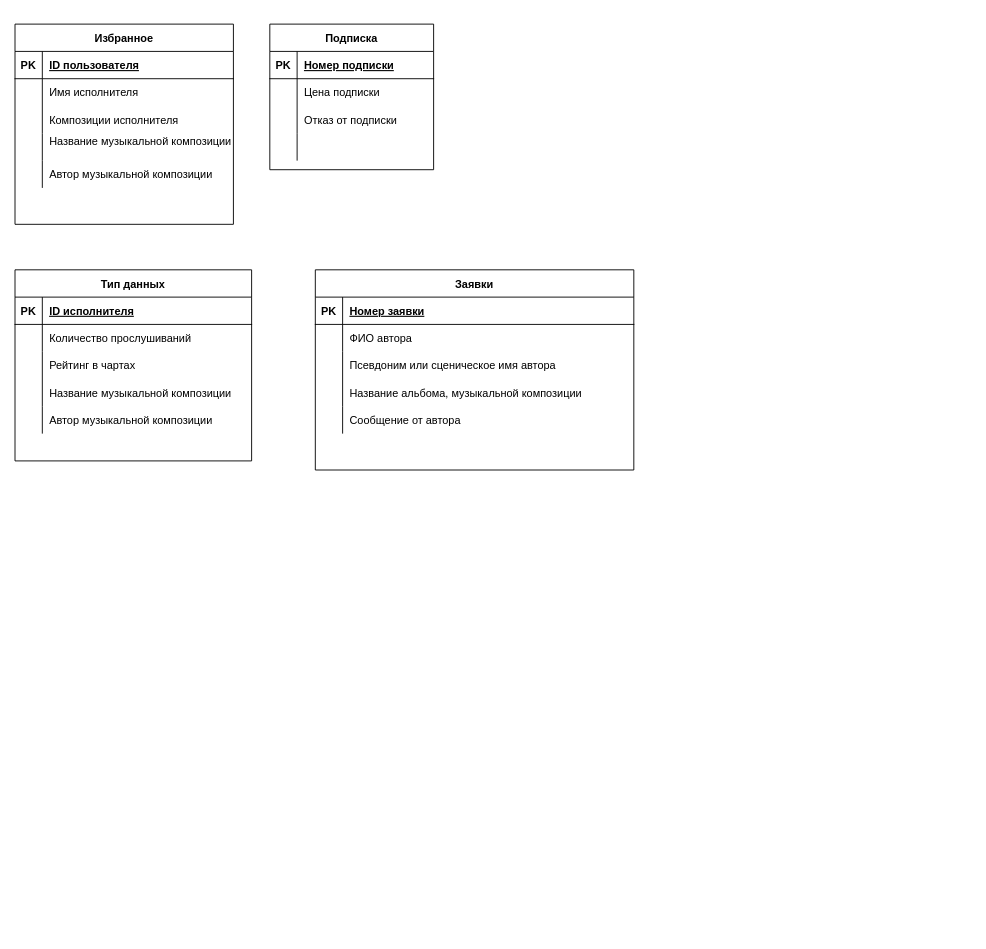
Arina-Skildeeva/Description- keeps this draw.io diagram as ER_MusicLibrary.drawio. Above is the earlier version. Source tidied: cells renumbered, new cells numbered last; positions are measured from the earlier drawing's top-left corner, leaving out a move shared by most shapes. Both pictures are drawn from the tidied source at 91%, with x=0, y=0 at pixel (15, 24).
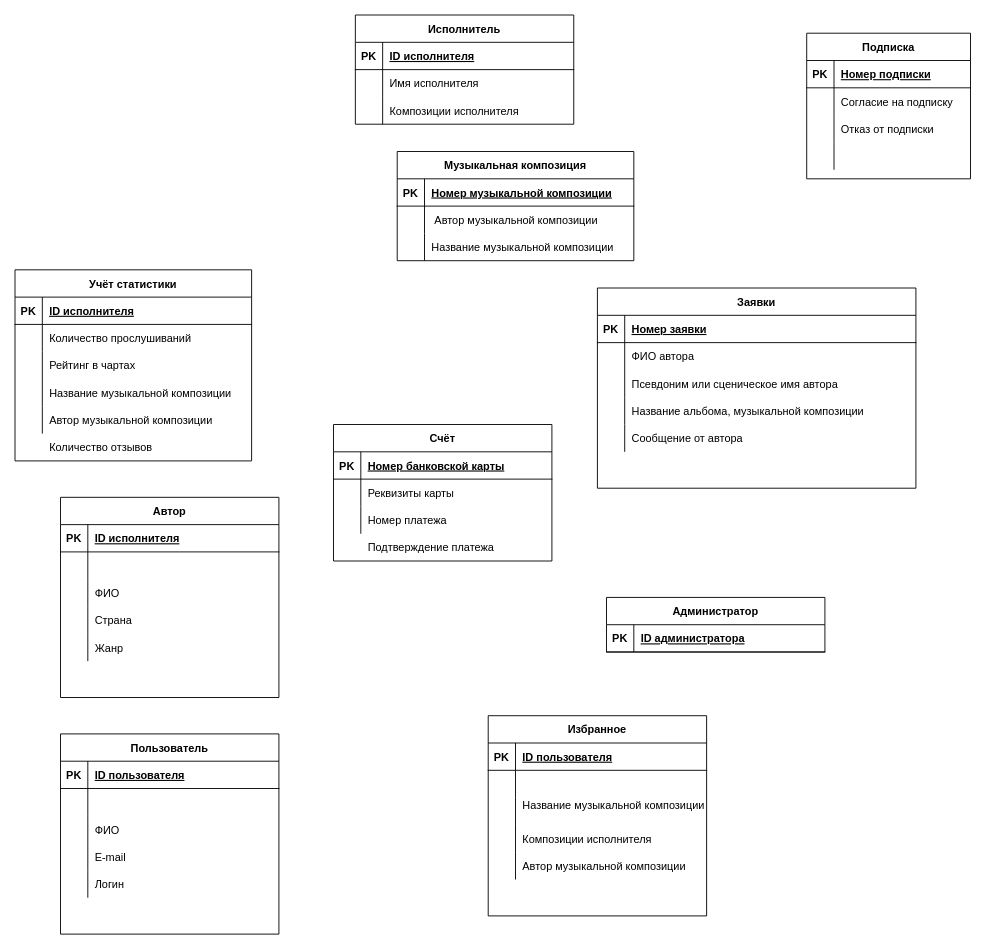
Above is the later version.

The change refers to these unchanged cells:
```xml
<mxCell id="6" style="shape=partialRectangle;fillColor=none;top=0;left=0;bottom=0;right=0;" parent="2" vertex="1">
  <mxGeometry y="60" width="180" height="30" as="geometry" />
</mxCell>
<mxCell id="19" style="shape=partialRectangle;fillColor=none;top=0;left=0;bottom=0;right=0;" parent="15" vertex="1">
  <mxGeometry y="60" width="240" height="30" as="geometry" />
</mxCell>
```

The edit, as a diff of the source:
```diff
@@
     <mxCell id="2" value="Подписка" style="shape=table;startSize=30;childLayout=tableLayout;rowLines=0;fontStyle=1;align=center;" parent="1" vertex="1">
-      <mxGeometry x="280" width="180" height="160" as="geometry" />
+      <mxGeometry x="870" y="10" width="180" height="160" as="geometry" />
     </mxCell>
@@
-    <mxCell id="8" value="Цена подписки" style="shape=partialRectangle;fillColor=none;top=0;left=0;bottom=0;right=0;align=left;spacingLeft=6;overflow=hidden;" parent="6" vertex="1">
+    <mxCell id="8" value="Согласие на подписку" style="shape=partialRectangle;fillColor=none;top=0;left=0;bottom=0;right=0;align=left;spacingLeft=6;overflow=hidden;" parent="6" vertex="1">
       <mxGeometry x="30" width="150" height="30" as="geometry" />
     </mxCell>
@@
     <mxCell id="15" value="Избранное" style="shape=table;startSize=30;childLayout=tableLayout;rowLines=0;fontStyle=1;align=center;" parent="1" vertex="1">
-      <mxGeometry width="240" height="220" as="geometry" />
+      <mxGeometry x="520" y="760" width="240" height="220" as="geometry" />
     </mxCell>
@@
-    <mxCell id="21" value="Имя исполнителя" style="shape=partialRectangle;fillColor=none;top=0;left=0;bottom=0;right=0;align=left;spacingLeft=6;overflow=hidden;" parent="19" vertex="1">
+    <mxCell id="21" style="shape=partialRectangle;fillColor=none;top=0;left=0;bottom=0;right=0;align=left;spacingLeft=6;overflow=hidden;" parent="19" vertex="1">
       <mxGeometry x="30" width="210" height="30" as="geometry" />
     </mxCell>
+    <mxCell id="25" style="shape=partialRectangle;fillColor=none;top=0;left=0;bottom=0;right=0;" parent="15" vertex="1">
+      <mxGeometry y="90" width="240" height="30" as="geometry" />
+    </mxCell>
+    <mxCell id="26" style="shape=partialRectangle;fillColor=none;top=0;left=0;bottom=0;right=0;overflow=hidden;" parent="25" vertex="1">
+      <mxGeometry width="30" height="30" as="geometry" />
+    </mxCell>
+    <mxCell id="27" value="Название музыкальной композиции&#10;" style="shape=partialRectangle;fillColor=none;top=0;left=0;bottom=0;right=0;align=left;spacingLeft=6;overflow=hidden;" parent="25" vertex="1">
+      <mxGeometry x="30" width="210" height="30" as="geometry" />
+    </mxCell>
     <mxCell id="22" style="shape=partialRectangle;fillColor=none;top=0;left=0;bottom=0;right=0;" parent="15" vertex="1">
-      <mxGeometry y="90" width="240" height="30" as="geometry" />
+      <mxGeometry y="120" width="240" height="30" as="geometry" />
     </mxCell>
@@
-    <mxCell id="25" style="shape=partialRectangle;fillColor=none;top=0;left=0;bottom=0;right=0;" parent="15" vertex="1">
-      <mxGeometry y="120" width="240" height="30" as="geometry" />
-    </mxCell>
-    <mxCell id="26" style="shape=partialRectangle;fillColor=none;top=0;left=0;bottom=0;right=0;overflow=hidden;" parent="25" vertex="1">
-      <mxGeometry width="30" height="30" as="geometry" />
-    </mxCell>
-    <mxCell id="27" value="Название музыкальной композиции&#10;" style="shape=partialRectangle;fillColor=none;top=0;left=0;bottom=0;right=0;align=left;spacingLeft=6;overflow=hidden;" parent="25" vertex="1">
-      <mxGeometry x="30" width="210" height="30" as="geometry" />
-    </mxCell>
@@
-    <mxCell id="31" value="Тип данных" style="shape=table;startSize=30;childLayout=tableLayout;rowLines=0;fontStyle=1;align=center;" parent="1" vertex="1">
+    <mxCell id="31" value="Учёт статистики" style="shape=table;startSize=30;childLayout=tableLayout;rowLines=0;fontStyle=1;align=center;" parent="1" vertex="1">
       <mxGeometry y="270" width="260" height="210" as="geometry" />
     </mxCell>
@@
     <mxCell id="47" value="Заявки" style="shape=table;startSize=30;childLayout=tableLayout;rowLines=0;fontStyle=1;align=center;" parent="1" vertex="1">
-      <mxGeometry x="330" y="270" width="350" height="220" as="geometry" />
+      <mxGeometry x="640" y="290" width="350" height="220" as="geometry" />
     </mxCell>
@@
+    <mxCell id="63" style="shape=partialRectangle;fillColor=none;top=0;left=0;bottom=0;right=0;" parent="1" vertex="1">
+      <mxGeometry y="450" width="260" height="30" as="geometry" />
+    </mxCell>
+    <mxCell id="64" style="shape=partialRectangle;fillColor=none;top=0;left=0;bottom=0;right=0;overflow=hidden;" parent="63" vertex="1">
+      <mxGeometry width="30" height="30" as="geometry" />
+    </mxCell>
+    <mxCell id="65" value="Количество отзывов" style="shape=partialRectangle;fillColor=none;top=0;left=0;bottom=0;right=0;align=left;spacingLeft=6;overflow=hidden;" parent="63" vertex="1">
+      <mxGeometry x="30" width="230" height="30" as="geometry" />
+    </mxCell>
+    <mxCell id="66" value="Исполнитель" style="shape=table;startSize=30;childLayout=tableLayout;rowLines=0;fontStyle=1;align=center;" parent="1" vertex="1">
+      <mxGeometry x="374" y="-10" width="240" height="120" as="geometry" />
+    </mxCell>
+    <mxCell id="67" style="shape=partialRectangle;fillColor=none;top=0;left=0;bottom=1;right=0;" parent="66" vertex="1">
+      <mxGeometry y="30" width="240" height="30" as="geometry" />
+    </mxCell>
+    <mxCell id="68" value="PK" style="shape=partialRectangle;fillColor=none;top=0;left=0;bottom=0;right=0;fontStyle=1;overflow=hidden;" parent="67" vertex="1">
+      <mxGeometry width="30" height="30" as="geometry" />
+    </mxCell>
+    <mxCell id="69" value="ID исполнителя" style="shape=partialRectangle;fillColor=none;top=0;left=0;bottom=0;right=0;align=left;spacingLeft=6;fontStyle=5;overflow=hidden;" parent="67" vertex="1">
+      <mxGeometry x="30" width="210" height="30" as="geometry" />
+    </mxCell>
+    <mxCell id="70" style="shape=partialRectangle;fillColor=none;top=0;left=0;bottom=0;right=0;" parent="66" vertex="1">
+      <mxGeometry y="60" width="240" height="30" as="geometry" />
+    </mxCell>
+    <mxCell id="71" style="shape=partialRectangle;fillColor=none;top=0;left=0;bottom=0;right=0;overflow=hidden;" parent="70" vertex="1">
+      <mxGeometry width="30" height="30" as="geometry" />
+    </mxCell>
+    <mxCell id="72" value="Имя исполнителя" style="shape=partialRectangle;fillColor=none;top=0;left=0;bottom=0;right=0;align=left;spacingLeft=6;overflow=hidden;" parent="70" vertex="1">
+      <mxGeometry x="30" width="210" height="30" as="geometry" />
+    </mxCell>
+    <mxCell id="73" style="shape=partialRectangle;fillColor=none;top=0;left=0;bottom=0;right=0;" parent="66" vertex="1">
+      <mxGeometry y="90" width="240" height="30" as="geometry" />
+    </mxCell>
+    <mxCell id="74" style="shape=partialRectangle;fillColor=none;top=0;left=0;bottom=0;right=0;overflow=hidden;" parent="73" vertex="1">
+      <mxGeometry width="30" height="30" as="geometry" />
+    </mxCell>
+    <mxCell id="75" value="Композиции исполнителя" style="shape=partialRectangle;fillColor=none;top=0;left=0;bottom=0;right=0;align=left;spacingLeft=6;overflow=hidden;" parent="73" vertex="1">
+      <mxGeometry x="30" width="210" height="30" as="geometry" />
+    </mxCell>
+    <mxCell id="76" value="Музыкальная композиция" style="shape=table;startSize=30;childLayout=tableLayout;rowLines=0;fontStyle=1;align=center;" parent="1" vertex="1">
+      <mxGeometry x="420" y="140" width="260" height="120" as="geometry" />
+    </mxCell>
+    <mxCell id="77" style="shape=partialRectangle;fillColor=none;top=0;left=0;bottom=1;right=0;" parent="76" vertex="1">
+      <mxGeometry y="30" width="260" height="30" as="geometry" />
+    </mxCell>
+    <mxCell id="78" value="PK" style="shape=partialRectangle;fillColor=none;top=0;left=0;bottom=0;right=0;fontStyle=1;overflow=hidden;" parent="77" vertex="1">
+      <mxGeometry width="30" height="30" as="geometry" />
+    </mxCell>
+    <mxCell id="79" value="Номер музыкальной композиции" style="shape=partialRectangle;fillColor=none;top=0;left=0;bottom=0;right=0;align=left;spacingLeft=6;fontStyle=5;overflow=hidden;" parent="77" vertex="1">
+      <mxGeometry x="30" width="230" height="30" as="geometry" />
+    </mxCell>
+    <mxCell id="80" style="shape=partialRectangle;fillColor=none;top=0;left=0;bottom=0;right=0;" parent="76" vertex="1">
+      <mxGeometry y="60" width="260" height="30" as="geometry" />
+    </mxCell>
+    <mxCell id="81" style="shape=partialRectangle;fillColor=none;top=0;left=0;bottom=0;right=0;overflow=hidden;" parent="80" vertex="1">
+      <mxGeometry width="30" height="30" as="geometry" />
+    </mxCell>
+    <mxCell id="82" value=" Автор музыкальной композиции" style="shape=partialRectangle;fillColor=none;top=0;left=0;bottom=0;right=0;align=left;spacingLeft=6;overflow=hidden;" parent="80" vertex="1">
+      <mxGeometry x="30" width="230" height="30" as="geometry" />
+    </mxCell>
+    <mxCell id="83" style="shape=partialRectangle;fillColor=none;top=0;left=0;bottom=0;right=0;" parent="76" vertex="1">
+      <mxGeometry y="90" width="260" height="30" as="geometry" />
+    </mxCell>
+    <mxCell id="84" style="shape=partialRectangle;fillColor=none;top=0;left=0;bottom=0;right=0;overflow=hidden;" parent="83" vertex="1">
+      <mxGeometry width="30" height="30" as="geometry" />
+    </mxCell>
+    <mxCell id="85" value="Название музыкальной композиции" style="shape=partialRectangle;fillColor=none;top=0;left=0;bottom=0;right=0;align=left;spacingLeft=6;overflow=hidden;" parent="83" vertex="1">
+      <mxGeometry x="30" width="230" height="30" as="geometry" />
+    </mxCell>
+    <mxCell id="86" style="group;" parent="1" vertex="1">
+      <mxGeometry x="350" y="440" width="240" height="150" as="geometry" />
+    </mxCell>
+    <mxCell id="87" value="Счёт" style="shape=table;startSize=30;childLayout=tableLayout;rowLines=0;fontStyle=1;align=center;" parent="86" vertex="1">
+      <mxGeometry width="240" height="150" as="geometry" />
+    </mxCell>
+    <mxCell id="88" style="shape=partialRectangle;fillColor=none;top=0;left=0;bottom=1;right=0;" parent="87" vertex="1">
+      <mxGeometry y="30" width="240" height="30" as="geometry" />
+    </mxCell>
+    <mxCell id="89" value="PK" style="shape=partialRectangle;fillColor=none;top=0;left=0;bottom=0;right=0;fontStyle=1;overflow=hidden;" parent="88" vertex="1">
+      <mxGeometry width="30" height="30" as="geometry" />
+    </mxCell>
+    <mxCell id="90" value="Номер банковской карты" style="shape=partialRectangle;fillColor=none;top=0;left=0;bottom=0;right=0;align=left;spacingLeft=6;fontStyle=5;overflow=hidden;" parent="88" vertex="1">
+      <mxGeometry x="30" width="210" height="30" as="geometry" />
+    </mxCell>
+    <mxCell id="91" style="shape=partialRectangle;fillColor=none;top=0;left=0;bottom=0;right=0;" parent="87" vertex="1">
+      <mxGeometry y="60" width="240" height="30" as="geometry" />
+    </mxCell>
+    <mxCell id="92" style="shape=partialRectangle;fillColor=none;top=0;left=0;bottom=0;right=0;overflow=hidden;" parent="91" vertex="1">
+      <mxGeometry width="30" height="30" as="geometry" />
+    </mxCell>
+    <mxCell id="93" value="Реквизиты карты" style="shape=partialRectangle;fillColor=none;top=0;left=0;bottom=0;right=0;align=left;spacingLeft=6;overflow=hidden;" parent="91" vertex="1">
+      <mxGeometry x="30" width="210" height="30" as="geometry" />
+    </mxCell>
+    <mxCell id="94" style="shape=partialRectangle;fillColor=none;top=0;left=0;bottom=0;right=0;" parent="87" vertex="1">
+      <mxGeometry y="90" width="240" height="30" as="geometry" />
+    </mxCell>
+    <mxCell id="95" style="shape=partialRectangle;fillColor=none;top=0;left=0;bottom=0;right=0;overflow=hidden;" parent="94" vertex="1">
+      <mxGeometry width="30" height="30" as="geometry" />
+    </mxCell>
+    <mxCell id="96" value="Номер платежа" style="shape=partialRectangle;fillColor=none;top=0;left=0;bottom=0;right=0;align=left;spacingLeft=6;overflow=hidden;" parent="94" vertex="1">
+      <mxGeometry x="30" width="210" height="30" as="geometry" />
+    </mxCell>
+    <mxCell id="97" style="shape=partialRectangle;fillColor=none;top=0;left=0;bottom=0;right=0;" parent="86" vertex="1">
+      <mxGeometry y="120" width="240" height="30" as="geometry" />
+    </mxCell>
+    <mxCell id="98" style="shape=partialRectangle;fillColor=none;top=0;left=0;bottom=0;right=0;overflow=hidden;" parent="97" vertex="1">
+      <mxGeometry width="30" height="30" as="geometry" />
+    </mxCell>
+    <mxCell id="99" value="Подтверждение платежа" style="shape=partialRectangle;fillColor=none;top=0;left=0;bottom=0;right=0;align=left;spacingLeft=6;overflow=hidden;" parent="97" vertex="1">
+      <mxGeometry x="30" width="210" height="30" as="geometry" />
+    </mxCell>
+    <mxCell id="100" value="Автор" style="shape=table;startSize=30;childLayout=tableLayout;rowLines=0;fontStyle=1;align=center;" parent="1" vertex="1">
+      <mxGeometry x="50" y="520" width="240" height="220" as="geometry" />
+    </mxCell>
+    <mxCell id="101" style="shape=partialRectangle;fillColor=none;top=0;left=0;bottom=1;right=0;" parent="100" vertex="1">
+      <mxGeometry y="30" width="240" height="30" as="geometry" />
+    </mxCell>
+    <mxCell id="102" value="PK" style="shape=partialRectangle;fillColor=none;top=0;left=0;bottom=0;right=0;fontStyle=1;overflow=hidden;" parent="101" vertex="1">
+      <mxGeometry width="30" height="30" as="geometry" />
+    </mxCell>
+    <mxCell id="103" value="ID исполнителя" style="shape=partialRectangle;fillColor=none;top=0;left=0;bottom=0;right=0;align=left;spacingLeft=6;fontStyle=5;overflow=hidden;" parent="101" vertex="1">
+      <mxGeometry x="30" width="210" height="30" as="geometry" />
+    </mxCell>
+    <mxCell id="104" style="shape=partialRectangle;fillColor=none;top=0;left=0;bottom=0;right=0;" parent="100" vertex="1">
+      <mxGeometry y="60" width="240" height="30" as="geometry" />
+    </mxCell>
+    <mxCell id="105" style="shape=partialRectangle;fillColor=none;top=0;left=0;bottom=0;right=0;overflow=hidden;" parent="104" vertex="1">
+      <mxGeometry width="30" height="30" as="geometry" />
+    </mxCell>
+    <mxCell id="106" style="shape=partialRectangle;fillColor=none;top=0;left=0;bottom=0;right=0;align=left;spacingLeft=6;overflow=hidden;" parent="104" vertex="1">
+      <mxGeometry x="30" width="210" height="30" as="geometry" />
+    </mxCell>
+    <mxCell id="107" style="shape=partialRectangle;fillColor=none;top=0;left=0;bottom=0;right=0;" parent="100" vertex="1">
+      <mxGeometry y="90" width="240" height="30" as="geometry" />
+    </mxCell>
+    <mxCell id="108" style="shape=partialRectangle;fillColor=none;top=0;left=0;bottom=0;right=0;overflow=hidden;" parent="107" vertex="1">
+      <mxGeometry width="30" height="30" as="geometry" />
+    </mxCell>
+    <mxCell id="109" value="ФИО" style="shape=partialRectangle;fillColor=none;top=0;left=0;bottom=0;right=0;align=left;spacingLeft=6;overflow=hidden;" parent="107" vertex="1">
+      <mxGeometry x="30" width="210" height="30" as="geometry" />
+    </mxCell>
+    <mxCell id="110" style="shape=partialRectangle;fillColor=none;top=0;left=0;bottom=0;right=0;" parent="100" vertex="1">
+      <mxGeometry y="120" width="240" height="30" as="geometry" />
+    </mxCell>
+    <mxCell id="111" style="shape=partialRectangle;fillColor=none;top=0;left=0;bottom=0;right=0;overflow=hidden;" parent="110" vertex="1">
+      <mxGeometry width="30" height="30" as="geometry" />
+    </mxCell>
+    <mxCell id="112" value="Страна" style="shape=partialRectangle;fillColor=none;top=0;left=0;bottom=0;right=0;align=left;spacingLeft=6;overflow=hidden;" parent="110" vertex="1">
+      <mxGeometry x="30" width="210" height="30" as="geometry" />
+    </mxCell>
+    <mxCell id="113" style="shape=partialRectangle;fillColor=none;top=0;left=0;bottom=0;right=0;" parent="100" vertex="1">
+      <mxGeometry y="150" width="240" height="30" as="geometry" />
+    </mxCell>
+    <mxCell id="114" style="shape=partialRectangle;fillColor=none;top=0;left=0;bottom=0;right=0;overflow=hidden;" parent="113" vertex="1">
+      <mxGeometry width="30" height="30" as="geometry" />
+    </mxCell>
+    <mxCell id="115" value="Жанр" style="shape=partialRectangle;fillColor=none;top=0;left=0;bottom=0;right=0;align=left;spacingLeft=6;overflow=hidden;" parent="113" vertex="1">
+      <mxGeometry x="30" width="210" height="30" as="geometry" />
+    </mxCell>
+    <mxCell id="116" value="Пользователь" style="shape=table;startSize=30;childLayout=tableLayout;rowLines=0;fontStyle=1;align=center;" parent="1" vertex="1">
+      <mxGeometry x="50" y="780" width="240" height="220" as="geometry" />
+    </mxCell>
+    <mxCell id="117" style="shape=partialRectangle;fillColor=none;top=0;left=0;bottom=1;right=0;" parent="116" vertex="1">
+      <mxGeometry y="30" width="240" height="30" as="geometry" />
+    </mxCell>
+    <mxCell id="118" value="PK" style="shape=partialRectangle;fillColor=none;top=0;left=0;bottom=0;right=0;fontStyle=1;overflow=hidden;" parent="117" vertex="1">
+      <mxGeometry width="30" height="30" as="geometry" />
+    </mxCell>
+    <mxCell id="119" value="ID пользователя" style="shape=partialRectangle;fillColor=none;top=0;left=0;bottom=0;right=0;align=left;spacingLeft=6;fontStyle=5;overflow=hidden;" parent="117" vertex="1">
+      <mxGeometry x="30" width="210" height="30" as="geometry" />
+    </mxCell>
+    <mxCell id="120" style="shape=partialRectangle;fillColor=none;top=0;left=0;bottom=0;right=0;" parent="116" vertex="1">
+      <mxGeometry y="60" width="240" height="30" as="geometry" />
+    </mxCell>
+    <mxCell id="121" style="shape=partialRectangle;fillColor=none;top=0;left=0;bottom=0;right=0;overflow=hidden;" parent="120" vertex="1">
+      <mxGeometry width="30" height="30" as="geometry" />
+    </mxCell>
+    <mxCell id="122" style="shape=partialRectangle;fillColor=none;top=0;left=0;bottom=0;right=0;align=left;spacingLeft=6;overflow=hidden;" parent="120" vertex="1">
+      <mxGeometry x="30" width="210" height="30" as="geometry" />
+    </mxCell>
+    <mxCell id="123" style="shape=partialRectangle;fillColor=none;top=0;left=0;bottom=0;right=0;" parent="116" vertex="1">
+      <mxGeometry y="90" width="240" height="30" as="geometry" />
+    </mxCell>
+    <mxCell id="124" style="shape=partialRectangle;fillColor=none;top=0;left=0;bottom=0;right=0;overflow=hidden;" parent="123" vertex="1">
+      <mxGeometry width="30" height="30" as="geometry" />
+    </mxCell>
+    <mxCell id="125" value="ФИО" style="shape=partialRectangle;fillColor=none;top=0;left=0;bottom=0;right=0;align=left;spacingLeft=6;overflow=hidden;" parent="123" vertex="1">
+      <mxGeometry x="30" width="210" height="30" as="geometry" />
+    </mxCell>
+    <mxCell id="126" style="shape=partialRectangle;fillColor=none;top=0;left=0;bottom=0;right=0;" parent="116" vertex="1">
+      <mxGeometry y="120" width="240" height="30" as="geometry" />
+    </mxCell>
+    <mxCell id="127" style="shape=partialRectangle;fillColor=none;top=0;left=0;bottom=0;right=0;overflow=hidden;" parent="126" vertex="1">
+      <mxGeometry width="30" height="30" as="geometry" />
+    </mxCell>
+    <mxCell id="128" value="E-mail" style="shape=partialRectangle;fillColor=none;top=0;left=0;bottom=0;right=0;align=left;spacingLeft=6;overflow=hidden;" parent="126" vertex="1">
+      <mxGeometry x="30" width="210" height="30" as="geometry" />
+    </mxCell>
+    <mxCell id="129" style="shape=partialRectangle;fillColor=none;top=0;left=0;bottom=0;right=0;" parent="116" vertex="1">
+      <mxGeometry y="150" width="240" height="30" as="geometry" />
+    </mxCell>
+    <mxCell id="130" style="shape=partialRectangle;fillColor=none;top=0;left=0;bottom=0;right=0;overflow=hidden;" parent="129" vertex="1">
+      <mxGeometry width="30" height="30" as="geometry" />
+    </mxCell>
+    <mxCell id="131" value="Логин" style="shape=partialRectangle;fillColor=none;top=0;left=0;bottom=0;right=0;align=left;spacingLeft=6;overflow=hidden;" parent="129" vertex="1">
+      <mxGeometry x="30" width="210" height="30" as="geometry" />
+    </mxCell>
+    <mxCell id="132" value="Администратор" style="shape=table;startSize=30;childLayout=tableLayout;rowLines=0;fontStyle=1;align=center;" parent="1" vertex="1">
+      <mxGeometry x="650" y="630" width="240" height="60" as="geometry" />
+    </mxCell>
+    <mxCell id="133" style="shape=partialRectangle;fillColor=none;top=0;left=0;bottom=1;right=0;" parent="132" vertex="1">
+      <mxGeometry y="30" width="240" height="30" as="geometry" />
+    </mxCell>
+    <mxCell id="134" value="PK" style="shape=partialRectangle;fillColor=none;top=0;left=0;bottom=0;right=0;fontStyle=1;overflow=hidden;" parent="133" vertex="1">
+      <mxGeometry width="30" height="30" as="geometry" />
+    </mxCell>
+    <mxCell id="135" value="ID администратора" style="shape=partialRectangle;fillColor=none;top=0;left=0;bottom=0;right=0;align=left;spacingLeft=6;fontStyle=5;overflow=hidden;" parent="133" vertex="1">
+      <mxGeometry x="30" width="210" height="30" as="geometry" />
+    </mxCell>
```
